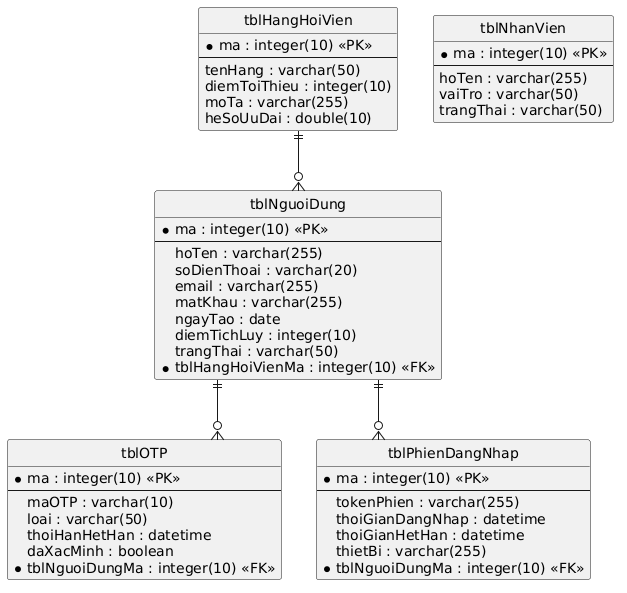
Above: output/diagrams/account_erd.png in thanhtrnnn/cnpm (PlantUML), before the change. Its diagram source:
```plantuml
@startuml
skinparam linetype ortho
hide circle

entity "tblNguoiDung" {
  * ma : integer(10) <<PK>>
  --
  hoTen : varchar(255)
  soDienThoai : varchar(20)
  email : varchar(255)
  matKhau : varchar(255)
  ngayTao : date
  diemTichLuy : integer(10)
  trangThai : varchar(50)
  * tblHangHoiVienMa : integer(10) <<FK>>
}

entity "tblHangHoiVien" {
  * ma : integer(10) <<PK>>
  --
  tenHang : varchar(50)
  diemToiThieu : integer(10)
  moTa : varchar(255)
  heSoUuDai : double(10)
}

entity "tblOTP" {
  * ma : integer(10) <<PK>>
  --
  maOTP : varchar(10)
  loai : varchar(50)
  thoiHanHetHan : datetime
  daXacMinh : boolean
  * tblNguoiDungMa : integer(10) <<FK>>
}

entity "tblPhienDangNhap" {
  * ma : integer(10) <<PK>>
  --
  tokenPhien : varchar(255)
  thoiGianDangNhap : datetime
  thoiGianHetHan : datetime
  thietBi : varchar(255)
  * tblNguoiDungMa : integer(10) <<FK>>
}

entity "tblNhanVien" {
  * ma : integer(10) <<PK>>
  --
  hoTen : varchar(255)
  vaiTro : varchar(50)
  trangThai : varchar(50)
}

tblHangHoiVien ||--o{ tblNguoiDung
tblNguoiDung ||--o{ tblOTP
tblNguoiDung ||--o{ tblPhienDangNhap
@enduml
```
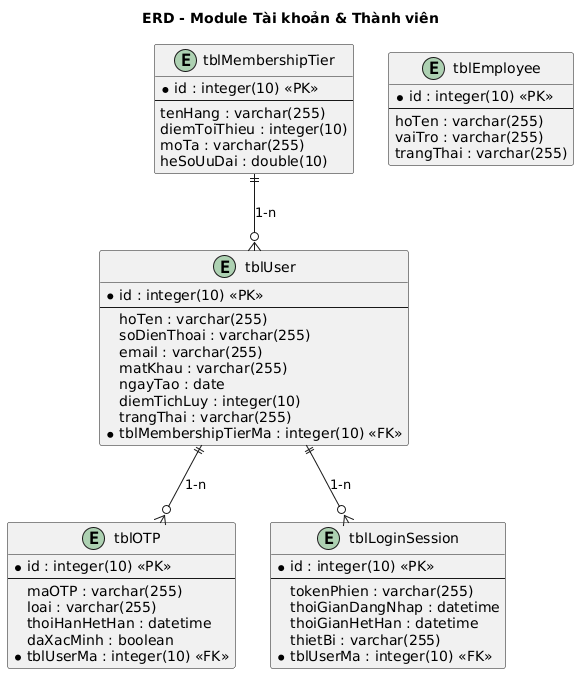
Later version of the same file.

Change to the diagram source:
```diff
@@ -1,58 +1,57 @@
 @startuml
-skinparam linetype ortho
-hide circle
+title ERD - Module Tài khoản & Thành viên
 
-entity "tblNguoiDung" {
-  * ma : integer(10) <<PK>>
+entity "tblUser" as U {
+  * id : integer(10) <<PK>>
   --
   hoTen : varchar(255)
-  soDienThoai : varchar(20)
+  soDienThoai : varchar(255)
   email : varchar(255)
   matKhau : varchar(255)
   ngayTao : date
   diemTichLuy : integer(10)
-  trangThai : varchar(50)
-  * tblHangHoiVienMa : integer(10) <<FK>>
+  trangThai : varchar(255)
+  * tblMembershipTierMa : integer(10) <<FK>>
 }
 
-entity "tblHangHoiVien" {
-  * ma : integer(10) <<PK>>
+entity "tblMembershipTier" as MT {
+  * id : integer(10) <<PK>>
   --
-  tenHang : varchar(50)
+  tenHang : varchar(255)
   diemToiThieu : integer(10)
   moTa : varchar(255)
   heSoUuDai : double(10)
 }
 
-entity "tblOTP" {
-  * ma : integer(10) <<PK>>
+entity "tblOTP" as OTP {
+  * id : integer(10) <<PK>>
   --
-  maOTP : varchar(10)
-  loai : varchar(50)
+  maOTP : varchar(255)
+  loai : varchar(255)
   thoiHanHetHan : datetime
   daXacMinh : boolean
-  * tblNguoiDungMa : integer(10) <<FK>>
+  * tblUserMa : integer(10) <<FK>>
 }
 
-entity "tblPhienDangNhap" {
-  * ma : integer(10) <<PK>>
+entity "tblLoginSession" as LS {
+  * id : integer(10) <<PK>>
   --
   tokenPhien : varchar(255)
   thoiGianDangNhap : datetime
   thoiGianHetHan : datetime
   thietBi : varchar(255)
-  * tblNguoiDungMa : integer(10) <<FK>>
+  * tblUserMa : integer(10) <<FK>>
 }
 
-entity "tblNhanVien" {
-  * ma : integer(10) <<PK>>
+entity "tblEmployee" as E {
+  * id : integer(10) <<PK>>
   --
   hoTen : varchar(255)
-  vaiTro : varchar(50)
-  trangThai : varchar(50)
+  vaiTro : varchar(255)
+  trangThai : varchar(255)
 }
 
-tblHangHoiVien ||--o{ tblNguoiDung
-tblNguoiDung ||--o{ tblOTP
-tblNguoiDung ||--o{ tblPhienDangNhap
+MT ||--o{ U : "1-n"
+U ||--o{ OTP : "1-n"
+U ||--o{ LS : "1-n"
 @enduml
```
